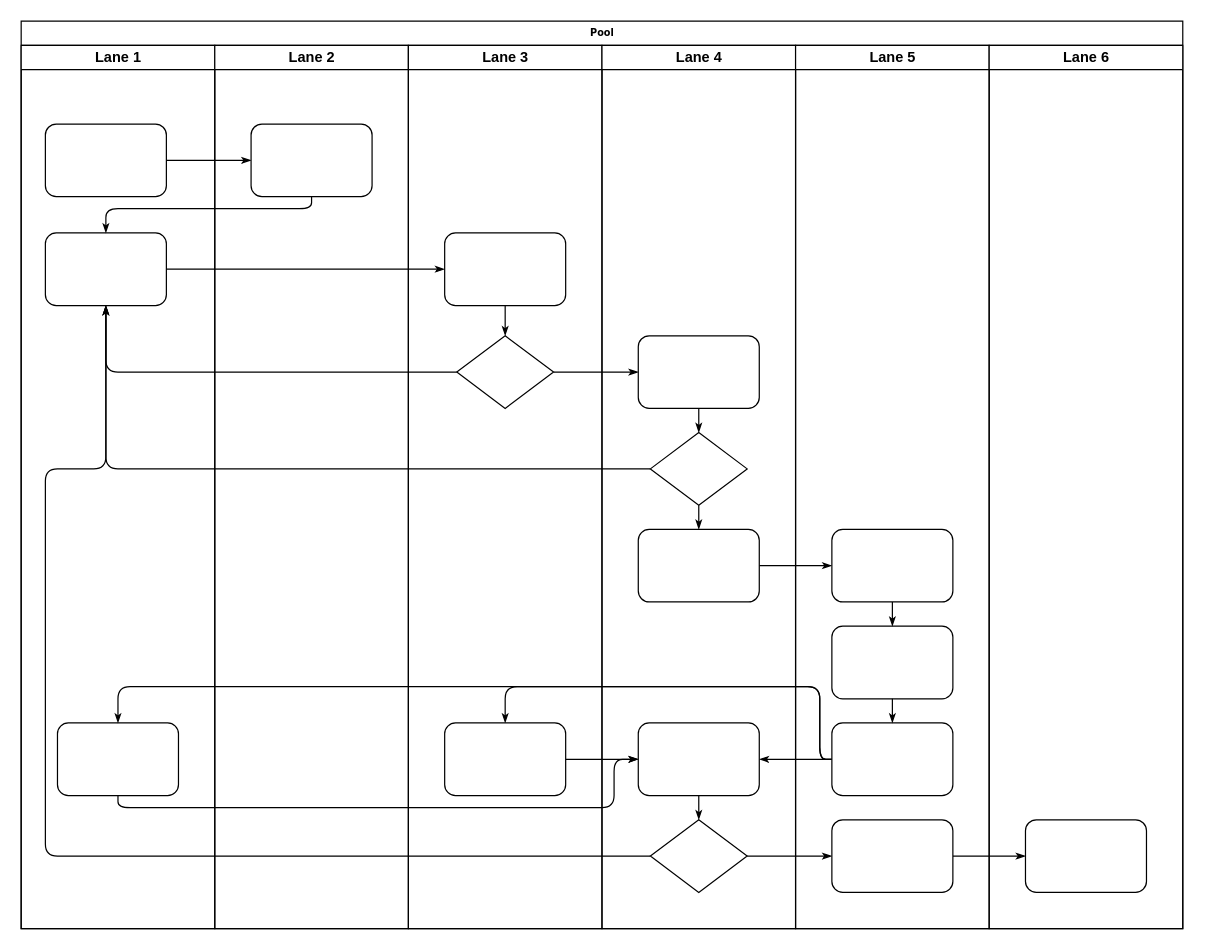
This is 泳道图.drawio from vajvip/drawio, a draw.io file, before an edit. Source tidied: cells renumbered, new cells numbered last; positions are measured from the earlier drawing's top-left corner, leaving out a move shared by most shapes. Both pictures are drawn from the tidied source at 121%, with x=0, y=0 at pixel (21, 21).
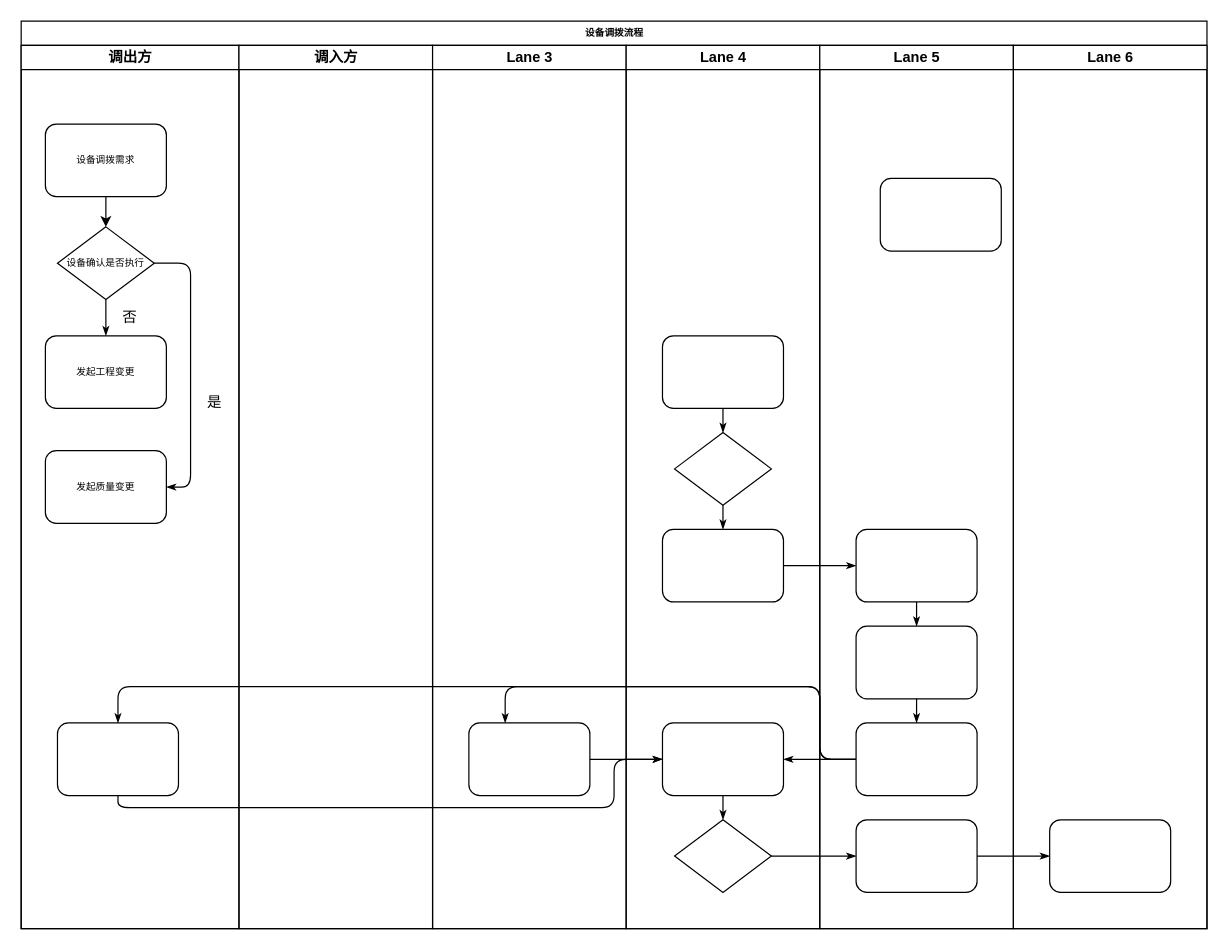
After the change.

Commit message:
更新泳道图.drawio

Unchanged cells that the change refers to:
```xml
<mxCell id="30" style="rounded=1;whiteSpace=wrap;html=1;shadow=0;labelBackgroundColor=none;strokeWidth=1;fontFamily=Verdana;fontSize=8;align=center;" parent="29" vertex="1">
  <mxGeometry x="30" y="240" width="100" height="60" as="geometry" />
</mxCell>
<mxCell id="31" style="rhombus;whiteSpace=wrap;html=1;rounded=0;shadow=0;labelBackgroundColor=none;strokeWidth=1;fontFamily=Verdana;fontSize=8;align=center;" parent="29" vertex="1">
  <mxGeometry x="40" y="320" width="80" height="60" as="geometry" />
</mxCell>
<mxCell id="34" style="rhombus;whiteSpace=wrap;html=1;rounded=0;shadow=0;labelBackgroundColor=none;strokeWidth=1;fontFamily=Verdana;fontSize=8;align=center;" parent="29" vertex="1">
  <mxGeometry x="40" y="640" width="80" height="60" as="geometry" />
</mxCell>
```

Change to the diagram source:
```diff
@@
-    <mxCell id="2" value="Pool" style="swimlane;html=1;startSize=20;rounded=0;shadow=0;labelBackgroundColor=none;strokeWidth=1;fontFamily=Verdana;fontSize=8;align=center;" parent="1" vertex="1">
-      <mxGeometry width="960" height="750" as="geometry" />
+    <mxCell id="2" value="设备调拨流程" style="swimlane;html=1;startSize=20;rounded=0;shadow=0;labelBackgroundColor=none;strokeWidth=1;fontFamily=Verdana;fontSize=8;align=center;" parent="1" vertex="1">
+      <mxGeometry width="980" height="750" as="geometry" />
     </mxCell>
-    <mxCell id="3" value="Lane 1" style="swimlane;html=1;startSize=20;" parent="2" vertex="1">
-      <mxGeometry y="20" width="160" height="730" as="geometry" />
+    <mxCell id="3" value="调出方" style="swimlane;html=1;startSize=20;" parent="2" vertex="1">
+      <mxGeometry y="20" width="180" height="730" as="geometry" />
     </mxCell>
+    <mxCell id="47" style="edgeStyle=orthogonalEdgeStyle;rounded=0;jettySize=auto;html=1;exitX=0.5;exitY=1;exitDx=0;exitDy=0;entryX=0.5;entryY=0;entryDx=0;entryDy=0;" parent="3" edge="1" source="4" target="26">
+      <mxGeometry relative="1" as="geometry" />
+    </mxCell>
-    <mxCell id="4" style="rounded=1;whiteSpace=wrap;html=1;shadow=0;labelBackgroundColor=none;strokeWidth=1;fontFamily=Verdana;fontSize=8;align=center;" parent="3" vertex="1">
+    <mxCell id="4" value="设备调拨需求" style="rounded=1;whiteSpace=wrap;html=1;shadow=0;labelBackgroundColor=none;strokeWidth=1;fontFamily=Verdana;fontSize=8;align=center;" parent="3" vertex="1">
       <mxGeometry x="20" y="65" width="100" height="60" as="geometry" />
     </mxCell>
-    <mxCell id="5" style="rounded=1;whiteSpace=wrap;html=1;shadow=0;labelBackgroundColor=none;strokeWidth=1;fontFamily=Verdana;fontSize=8;align=center;" parent="3" vertex="1">
-      <mxGeometry x="20" y="155" width="100" height="60" as="geometry" />
+    <mxCell id="5" value="发起工程变更" style="rounded=1;whiteSpace=wrap;html=1;shadow=0;labelBackgroundColor=none;strokeWidth=1;fontFamily=Verdana;fontSize=8;align=center;" parent="3" vertex="1">
+      <mxGeometry x="20" y="240" width="100" height="60" as="geometry" />
     </mxCell>
@@
-    <mxCell id="7" style="edgeStyle=orthogonalEdgeStyle;rounded=1;html=1;labelBackgroundColor=none;startArrow=none;startFill=0;startSize=5;endArrow=classicThin;endFill=1;endSize=5;jettySize=auto;strokeWidth=1;fontFamily=Verdana;fontSize=8;" parent="2" edge="1" source="4" target="23">
-      <mxGeometry relative="1" as="geometry" />
-    </mxCell>
-    <mxCell id="8" style="edgeStyle=orthogonalEdgeStyle;rounded=1;html=1;labelBackgroundColor=none;startArrow=none;startFill=0;startSize=5;endArrow=classicThin;endFill=1;endSize=5;jettySize=auto;strokeWidth=1;fontFamily=Verdana;fontSize=8;" parent="2" edge="1" source="23" target="5">
-      <mxGeometry relative="1" as="geometry">
-        <Array as="points">
-          <mxPoint x="240" y="155" />
-          <mxPoint x="70" y="155" />
-        </Array>
-      </mxGeometry>
-    </mxCell>
-    <mxCell id="9" style="edgeStyle=orthogonalEdgeStyle;rounded=1;html=1;labelBackgroundColor=none;startArrow=none;startFill=0;startSize=5;endArrow=classicThin;endFill=1;endSize=5;jettySize=auto;strokeWidth=1;fontFamily=Verdana;fontSize=8;" parent="2" edge="1" source="5" target="25">
-      <mxGeometry relative="1" as="geometry" />
-    </mxCell>
+    <mxCell id="26" value="设备确认是否执行" style="rhombus;whiteSpace=wrap;html=1;rounded=0;shadow=0;labelBackgroundColor=none;strokeWidth=1;fontFamily=Verdana;fontSize=8;align=center;" parent="3" vertex="1">
+      <mxGeometry x="30" y="150" width="80" height="60" as="geometry" />
+    </mxCell>
-    <mxCell id="10" style="edgeStyle=orthogonalEdgeStyle;rounded=1;html=1;labelBackgroundColor=none;startArrow=none;startFill=0;startSize=5;endArrow=classicThin;endFill=1;endSize=5;jettySize=auto;strokeWidth=1;fontFamily=Verdana;fontSize=8;" parent="2" edge="1" source="26" target="5">
+    <mxCell id="10" style="edgeStyle=orthogonalEdgeStyle;rounded=1;html=1;labelBackgroundColor=none;startArrow=none;startFill=0;startSize=5;endArrow=classicThin;endFill=1;endSize=5;jettySize=auto;strokeWidth=1;fontFamily=Verdana;fontSize=8;" parent="3" edge="1" source="26" target="5">
       <mxGeometry relative="1" as="geometry" />
     </mxCell>
-    <mxCell id="11" style="edgeStyle=orthogonalEdgeStyle;rounded=1;html=1;labelBackgroundColor=none;startArrow=none;startFill=0;startSize=5;endArrow=classicThin;endFill=1;endSize=5;jettySize=auto;strokeWidth=1;fontFamily=Verdana;fontSize=8;" parent="2" edge="1" source="31" target="5">
-      <mxGeometry relative="1" as="geometry" />
-    </mxCell>
-    <mxCell id="12" style="edgeStyle=orthogonalEdgeStyle;rounded=1;html=1;labelBackgroundColor=none;startArrow=none;startFill=0;startSize=5;endArrow=classicThin;endFill=1;endSize=5;jettySize=auto;strokeWidth=1;fontFamily=Verdana;fontSize=8;" parent="2" edge="1" source="34" target="5">
-      <mxGeometry relative="1" as="geometry">
-        <Array as="points">
-          <mxPoint x="20" y="690" />
-          <mxPoint x="20" y="370" />
-          <mxPoint x="70" y="370" />
-        </Array>
-      </mxGeometry>
-    </mxCell>
-    <mxCell id="13" style="edgeStyle=orthogonalEdgeStyle;rounded=1;html=1;labelBackgroundColor=none;startArrow=none;startFill=0;startSize=5;endArrow=classicThin;endFill=1;endSize=5;jettySize=auto;strokeWidth=1;fontFamily=Verdana;fontSize=8;" parent="2" edge="1" source="26" target="30">
-      <mxGeometry relative="1" as="geometry" />
-    </mxCell>
+    <mxCell id="48" value="是" style="text;html=1;strokeColor=none;fillColor=none;align=center;verticalAlign=middle;whiteSpace=wrap;rounded=0;" parent="3" vertex="1">
+      <mxGeometry x="130" y="280" width="60" height="30" as="geometry" />
+    </mxCell>
+    <mxCell id="49" value="否" style="text;html=1;strokeColor=none;fillColor=none;align=center;verticalAlign=middle;whiteSpace=wrap;rounded=0;" parent="3" vertex="1">
+      <mxGeometry x="60" y="210" width="60" height="30" as="geometry" />
+    </mxCell>
+    <mxCell id="25" value="发起质量变更" style="rounded=1;whiteSpace=wrap;html=1;shadow=0;labelBackgroundColor=none;strokeWidth=1;fontFamily=Verdana;fontSize=8;align=center;" parent="3" vertex="1">
+      <mxGeometry x="20" y="335" width="100" height="60" as="geometry" />
+    </mxCell>
+    <mxCell id="28" style="edgeStyle=orthogonalEdgeStyle;rounded=1;html=1;labelBackgroundColor=none;startArrow=none;startFill=0;startSize=5;endArrow=classicThin;endFill=1;endSize=5;jettySize=auto;strokeWidth=1;fontFamily=Verdana;fontSize=8;exitX=1;exitY=0.5;exitDx=0;exitDy=0;entryX=1;entryY=0.5;entryDx=0;entryDy=0;" parent="3" edge="1" source="26" target="25">
+      <mxGeometry relative="1" as="geometry" />
+    </mxCell>
@@
-    <mxCell id="22" value="Lane 2" style="swimlane;html=1;startSize=20;" parent="2" vertex="1">
-      <mxGeometry x="160" y="20" width="160" height="730" as="geometry" />
+    <mxCell id="22" value="调入方" style="swimlane;html=1;startSize=20;" parent="2" vertex="1">
+      <mxGeometry x="180" y="20" width="160" height="730" as="geometry" />
     </mxCell>
-    <mxCell id="23" style="rounded=1;whiteSpace=wrap;html=1;shadow=0;labelBackgroundColor=none;strokeWidth=1;fontFamily=Verdana;fontSize=8;align=center;" parent="22" vertex="1">
-      <mxGeometry x="30" y="65" width="100" height="60" as="geometry" />
-    </mxCell>
     <mxCell id="24" value="Lane 3" style="swimlane;html=1;startSize=20;" parent="2" vertex="1">
-      <mxGeometry x="320" y="20" width="160" height="730" as="geometry" />
+      <mxGeometry x="340" y="20" width="160" height="730" as="geometry" />
     </mxCell>
-    <mxCell id="25" style="rounded=1;whiteSpace=wrap;html=1;shadow=0;labelBackgroundColor=none;strokeWidth=1;fontFamily=Verdana;fontSize=8;align=center;" parent="24" vertex="1">
-      <mxGeometry x="30" y="155" width="100" height="60" as="geometry" />
-    </mxCell>
-    <mxCell id="26" style="rhombus;whiteSpace=wrap;html=1;rounded=0;shadow=0;labelBackgroundColor=none;strokeWidth=1;fontFamily=Verdana;fontSize=8;align=center;" parent="24" vertex="1">
-      <mxGeometry x="40" y="240" width="80" height="60" as="geometry" />
-    </mxCell>
@@
-    <mxCell id="28" style="edgeStyle=orthogonalEdgeStyle;rounded=1;html=1;labelBackgroundColor=none;startArrow=none;startFill=0;startSize=5;endArrow=classicThin;endFill=1;endSize=5;jettySize=auto;strokeWidth=1;fontFamily=Verdana;fontSize=8;" parent="24" edge="1" source="25" target="26">
-      <mxGeometry relative="1" as="geometry" />
-    </mxCell>
     <mxCell id="29" value="Lane 4" style="swimlane;html=1;startSize=20;" parent="2" vertex="1">
-      <mxGeometry x="480" y="20" width="160" height="730" as="geometry" />
+      <mxGeometry x="500" y="20" width="160" height="730" as="geometry" />
     </mxCell>
@@
     <mxCell id="38" value="Lane 5" style="swimlane;html=1;startSize=20;" parent="2" vertex="1">
-      <mxGeometry x="640" y="20" width="160" height="730" as="geometry" />
+      <mxGeometry x="660" y="20" width="160" height="730" as="geometry" />
     </mxCell>
@@
+    <mxCell id="50" style="rounded=1;whiteSpace=wrap;html=1;shadow=0;labelBackgroundColor=none;strokeWidth=1;fontFamily=Verdana;fontSize=8;align=center;" parent="38" vertex="1">
+      <mxGeometry x="50" y="110" width="100" height="60" as="geometry" />
+    </mxCell>
     <mxCell id="45" value="Lane 6" style="swimlane;html=1;startSize=20;" parent="2" vertex="1">
-      <mxGeometry x="800" y="20" width="160" height="730" as="geometry" />
+      <mxGeometry x="820" y="20" width="160" height="730" as="geometry" />
     </mxCell>
```
